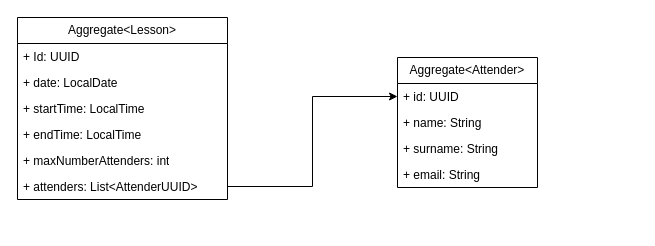
The draw.io diagram diagrams/Domain.drawio in federicoorlandini/LessonBookingSystem, before the edit. Source tidied: cells renumbered, new cells numbered last; positions are measured from the earlier drawing's top-left corner, leaving out a move shared by most shapes. Both pictures are drawn from the tidied source at 100%, with x=0, y=0 at pixel (17, 17).
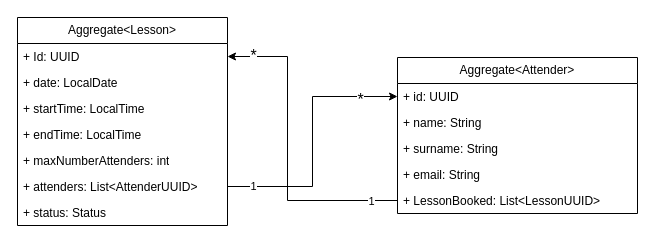
After the change.

The change refers to these unchanged cells:
```xml
<mxCell id="3" value="+ Id: UUID" style="text;strokeColor=none;fillColor=none;align=left;verticalAlign=top;spacingLeft=4;spacingRight=4;overflow=hidden;points=[[0,0.5],[1,0.5]];portConstraint=eastwest;whiteSpace=wrap;html=1;" parent="2" vertex="1">
  <mxGeometry y="26" width="210" height="26" as="geometry" />
</mxCell>
<mxCell id="14" style="edgeStyle=orthogonalEdgeStyle;rounded=0;jettySize=auto;html=1;entryX=0;entryY=0.5;entryDx=0;entryDy=0;" parent="1" edge="1" source="8" target="10">
  <mxGeometry relative="1" as="geometry" />
</mxCell>
```

What changed in the source:
```diff
@@
     <mxCell id="2" value="Aggregate&amp;lt;Lesson&amp;gt;" style="swimlane;fontStyle=0;horizontal=1;startSize=26;fillColor=none;whiteSpace=wrap;html=1;" parent="1" vertex="1">
-      <mxGeometry width="210" height="182" as="geometry" />
+      <mxGeometry width="210" height="208" as="geometry" />
     </mxCell>
@@
+    <mxCell id="15" value="+ status: Status" style="text;strokeColor=none;fillColor=none;align=left;verticalAlign=top;spacingLeft=4;spacingRight=4;overflow=hidden;whiteSpace=wrap;html=1;" parent="2" vertex="1">
+      <mxGeometry y="182" width="210" height="26" as="geometry" />
+    </mxCell>
     <mxCell id="9" value="Aggregate&amp;lt;Attender&amp;gt;" style="swimlane;fontStyle=0;horizontal=1;startSize=26;fillColor=none;whiteSpace=wrap;html=1;" parent="1" vertex="1">
-      <mxGeometry x="380" y="40" width="140" height="130" as="geometry" />
+      <mxGeometry x="380" y="40" width="240" height="156" as="geometry" />
     </mxCell>
     <mxCell id="10" value="+ id: UUID" style="text;strokeColor=none;fillColor=none;align=left;verticalAlign=top;spacingLeft=4;spacingRight=4;overflow=hidden;points=[[0,0.5],[1,0.5]];portConstraint=eastwest;whiteSpace=wrap;html=1;" parent="9" vertex="1">
-      <mxGeometry y="26" width="140" height="26" as="geometry" />
+      <mxGeometry y="26" width="240" height="26" as="geometry" />
     </mxCell>
     <mxCell id="11" value="+ name: String" style="text;strokeColor=none;fillColor=none;align=left;verticalAlign=top;spacingLeft=4;spacingRight=4;overflow=hidden;whiteSpace=wrap;html=1;" parent="9" vertex="1">
-      <mxGeometry y="52" width="140" height="26" as="geometry" />
+      <mxGeometry y="52" width="240" height="26" as="geometry" />
     </mxCell>
     <mxCell id="12" value="+ surname: String" style="text;strokeColor=none;fillColor=none;align=left;verticalAlign=top;spacingLeft=4;spacingRight=4;overflow=hidden;whiteSpace=wrap;html=1;" parent="9" vertex="1">
-      <mxGeometry y="78" width="140" height="26" as="geometry" />
+      <mxGeometry y="78" width="240" height="26" as="geometry" />
     </mxCell>
     <mxCell id="13" value="+ email: String" style="text;strokeColor=none;fillColor=none;align=left;verticalAlign=top;spacingLeft=4;spacingRight=4;overflow=hidden;whiteSpace=wrap;html=1;" parent="9" vertex="1">
-      <mxGeometry y="104" width="140" height="26" as="geometry" />
+      <mxGeometry y="104" width="240" height="26" as="geometry" />
     </mxCell>
+    <mxCell id="16" value="+ LessonBooked: List&amp;lt;LessonUUID&amp;gt;" style="text;strokeColor=none;fillColor=none;align=left;verticalAlign=top;spacingLeft=4;spacingRight=4;overflow=hidden;points=[[0,0.5],[1,0.5]];portConstraint=eastwest;whiteSpace=wrap;html=1;" parent="9" vertex="1">
+      <mxGeometry y="130" width="240" height="26" as="geometry" />
+    </mxCell>
@@
+    <mxCell id="17" value="1" style="edgeLabel;html=1;align=center;verticalAlign=middle;" parent="14" vertex="1">
+      <mxGeometry x="-0.81" y="1" relative="1" as="geometry" />
+    </mxCell>
+    <mxCell id="18" value="*" style="edgeLabel;html=1;align=center;verticalAlign=middle;fontSize=16;" parent="14" vertex="1">
+      <mxGeometry x="0.71" y="-2" relative="1" as="geometry" />
+    </mxCell>
+    <mxCell id="19" style="edgeStyle=orthogonalEdgeStyle;rounded=0;jettySize=auto;html=1;" parent="1" edge="1" source="16" target="3">
+      <mxGeometry relative="1" as="geometry">
+        <Array as="points">
+          <mxPoint x="270" y="183" />
+          <mxPoint x="270" y="39" />
+        </Array>
+      </mxGeometry>
+    </mxCell>
+    <mxCell id="20" value="1" style="edgeLabel;html=1;align=center;verticalAlign=middle;" parent="19" vertex="1">
+      <mxGeometry x="-0.83" relative="1" as="geometry" />
+    </mxCell>
+    <mxCell id="21" value="*" style="edgeLabel;html=1;align=center;verticalAlign=middle;fontSize=16;" parent="19" vertex="1">
+      <mxGeometry x="0.84" y="-2" relative="1" as="geometry" />
+    </mxCell>
```
